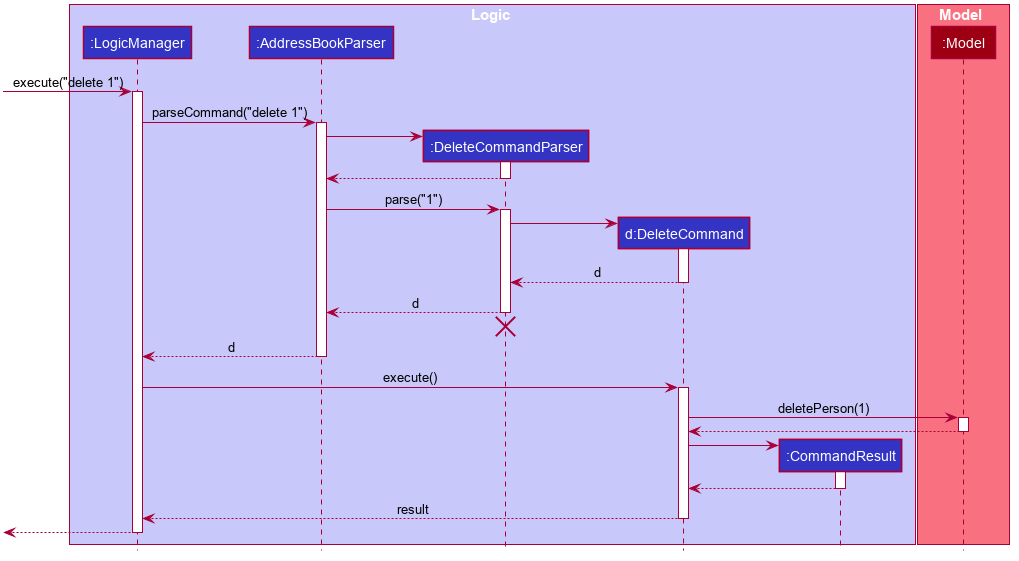
The PlantUML diagram docs/images/DeleteSequenceDiagram.png in nus-cs2103-AY1920S1/addressbook-level3, before a commit.
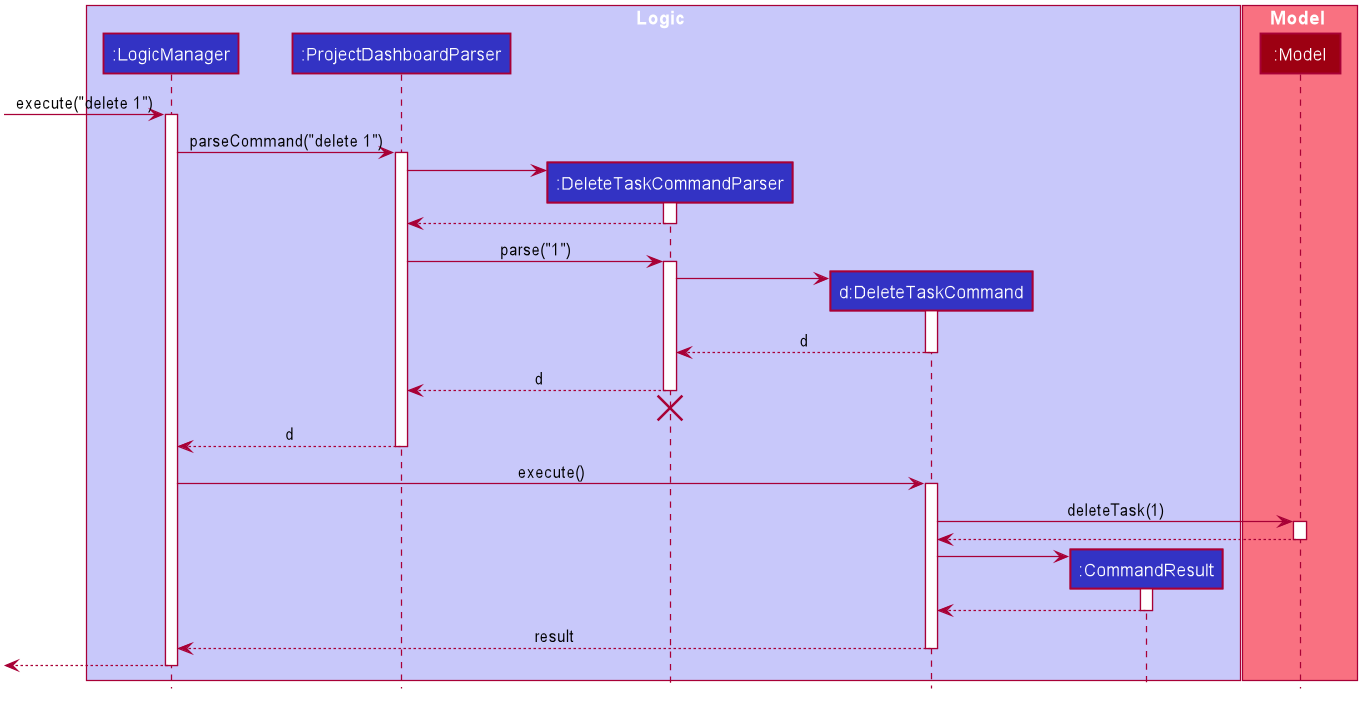
The same diagram one commit later.

The edit, as a diff of the source:
```diff
@@ -50,9 +50,9 @@
 
 box Logic #C8C8FA
 participant ":LogicManager" as LogicManager #3333C4
-participant ":AddressBookParser" as AddressBookParser #3333C4
-participant ":DeleteCommandParser" as DeleteCommandParser #3333C4
-participant "d:DeleteCommand" as DeleteCommand #3333C4
+participant ":ProjectDashboardParser" as ProjectDashboardParser #3333C4
+participant ":DeleteTaskCommandParser" as DeleteTaskCommandParser #3333C4
+participant "d:DeleteTaskCommand" as DeleteTaskCommand #3333C4
 participant ":CommandResult" as CommandResult #3333C4
 end box
 
@@ -63,52 +63,52 @@
 [-> LogicManager : execute("delete 1")
 activate LogicManager
 
-LogicManager -> AddressBookParser : parseCommand("delete 1")
-activate AddressBookParser
+LogicManager -> ProjectDashboardParser : parseCommand("delete 1")
+activate ProjectDashboardParser
 
-create DeleteCommandParser
-AddressBookParser -> DeleteCommandParser
-activate DeleteCommandParser
+create DeleteTaskCommandParser
+ProjectDashboardParser -> DeleteTaskCommandParser
+activate DeleteTaskCommandParser
 
-DeleteCommandParser --> AddressBookParser
-deactivate DeleteCommandParser
+DeleteTaskCommandParser --> ProjectDashboardParser
+deactivate DeleteTaskCommandParser
 
-AddressBookParser -> DeleteCommandParser : parse("1")
-activate DeleteCommandParser
+ProjectDashboardParser -> DeleteTaskCommandParser : parse("1")
+activate DeleteTaskCommandParser
 
-create DeleteCommand
-DeleteCommandParser -> DeleteCommand
-activate DeleteCommand
+create DeleteTaskCommand
+DeleteTaskCommandParser -> DeleteTaskCommand
+activate DeleteTaskCommand
 
-DeleteCommand --> DeleteCommandParser : d
-deactivate DeleteCommand
+DeleteTaskCommand --> DeleteTaskCommandParser : d
+deactivate DeleteTaskCommand
 
-DeleteCommandParser --> AddressBookParser : d
-deactivate DeleteCommandParser
-DeleteCommandParser -[hidden]-> AddressBookParser
-destroy DeleteCommandParser
+DeleteTaskCommandParser --> ProjectDashboardParser : d
+deactivate DeleteTaskCommandParser
+DeleteTaskCommandParser -[hidden]-> ProjectDashboardParser
+destroy DeleteTaskCommandParser
 
-AddressBookParser --> LogicManager : d
-deactivate AddressBookParser
+ProjectDashboardParser --> LogicManager : d
+deactivate ProjectDashboardParser
 
-LogicManager -> DeleteCommand : execute()
-activate DeleteCommand
+LogicManager -> DeleteTaskCommand : execute()
+activate DeleteTaskCommand
 
-DeleteCommand -> Model : deletePerson(1)
+DeleteTaskCommand -> Model : deleteTask(1)
 activate Model
 
-Model --> DeleteCommand
+Model --> DeleteTaskCommand
 deactivate Model
 
 create CommandResult
-DeleteCommand -> CommandResult
+DeleteTaskCommand -> CommandResult
 activate CommandResult
 
-CommandResult --> DeleteCommand
+CommandResult --> DeleteTaskCommand
 deactivate CommandResult
 
-DeleteCommand --> LogicManager : result
-deactivate DeleteCommand
+DeleteTaskCommand --> LogicManager : result
+deactivate DeleteTaskCommand
 
 [<--LogicManager
 deactivate LogicManager
```
